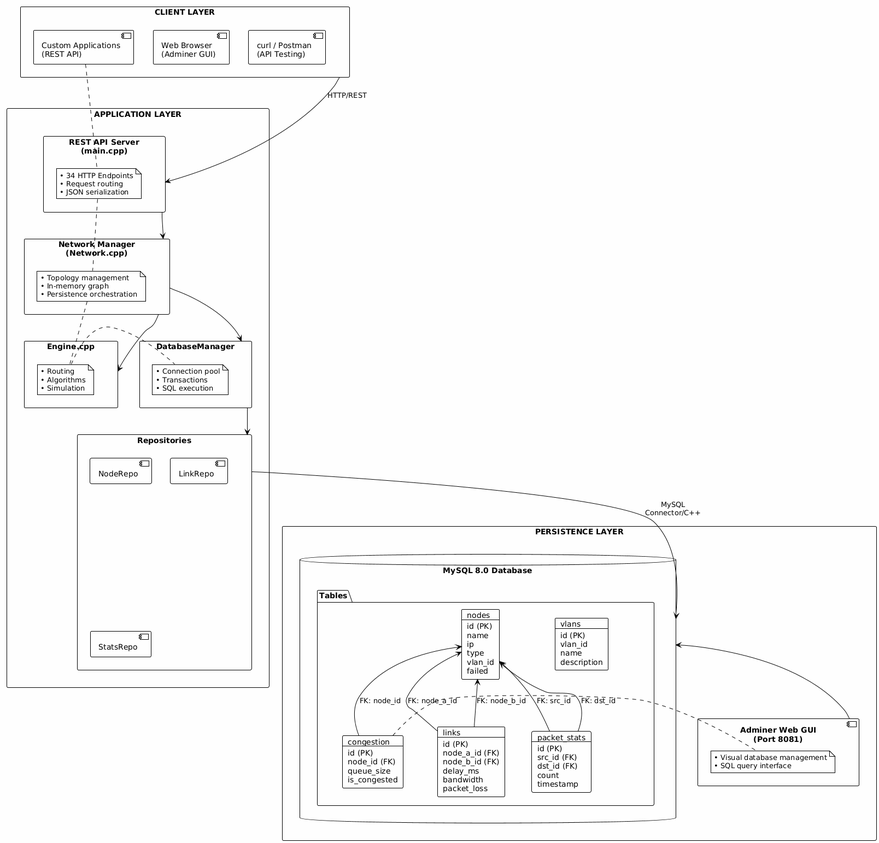
UmarlyPoeta/inzynieria_oprogramowania keeps this PlantUML diagram as docs/UML/system_overview.png. Above is the earlier version. Its source is kept beside it as docs/system_overview.puml.
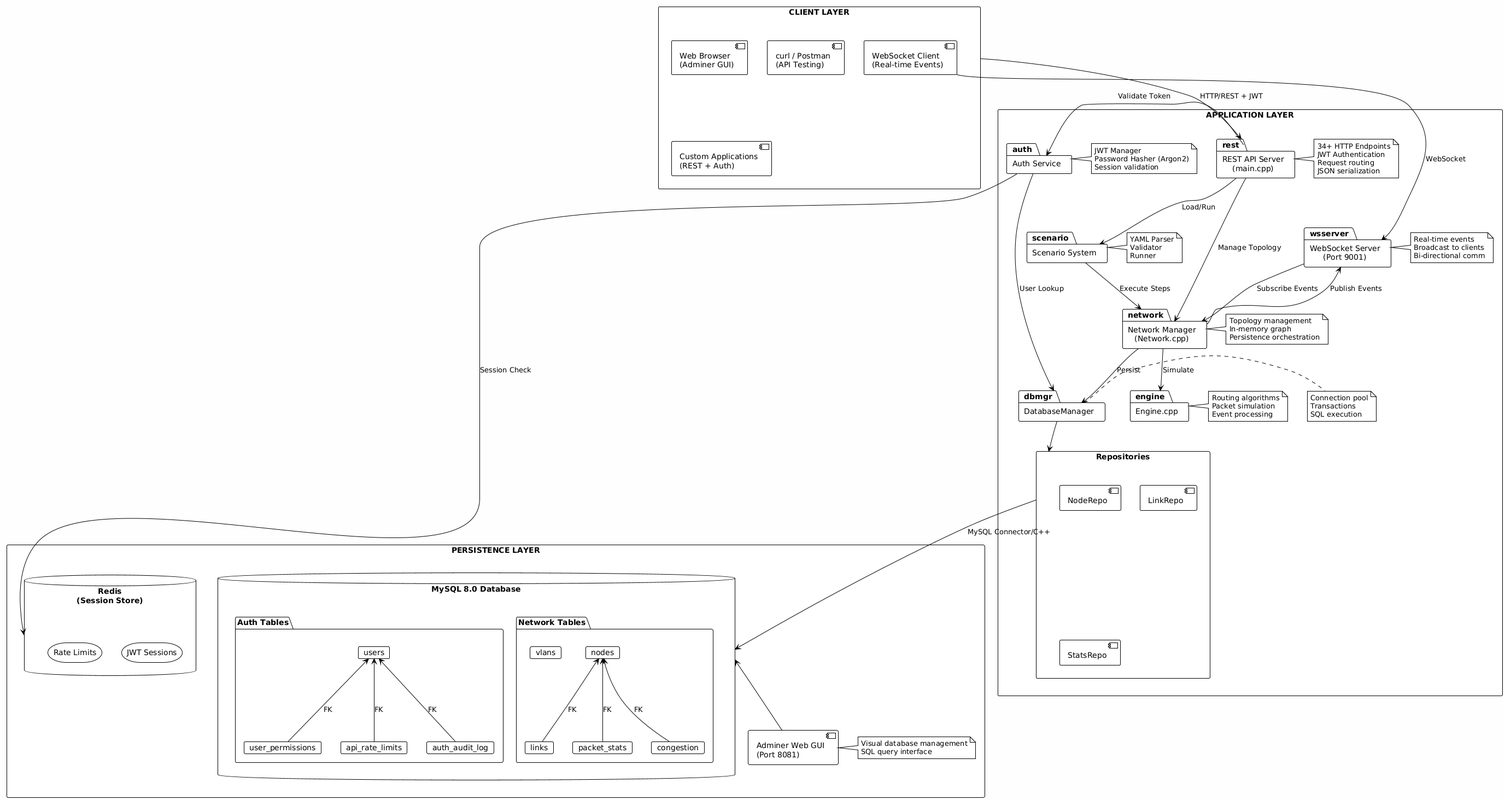
Later version of the same file.

The edit, as a diff of the source:
```diff
@@ -5,42 +5,61 @@
 
 package "CLIENT LAYER" as client {
   component "Web Browser\n(Adminer GUI)" as browser
+  component "WebSocket Client\n(Real-time Events)" as wsclient
   component "curl / Postman\n(API Testing)" as curl
-  component "Custom Applications\n(REST API)" as apps
+  component "Custom Applications\n(REST + Auth)" as apps
 }
 
 package "APPLICATION LAYER" as app {
-  package "REST API Server\n(main.cpp)" as rest {
-    note right
-      • 34 HTTP Endpoints
-      • Request routing
-      • JSON serialization
-    end note
-  }
+  package "REST API Server\n(main.cpp)" as rest
+  note right of rest
+    34+ HTTP Endpoints
+    JWT Authentication
+    Request routing
+    JSON serialization
+  end note
 
-  package "Network Manager\n(Network.cpp)" as network {
-    note right
-      • Topology management
-      • In-memory graph
-      • Persistence orchestration
-    end note
-  }
+  package "WebSocket Server\n(Port 9001)" as wsserver
+  note right of wsserver
+    Real-time events
+    Broadcast to clients
+    Bi-directional comm
+  end note
 
-  package "Engine.cpp" as engine {
-    note right
-      • Routing
-      • Algorithms
-      • Simulation
-    end note
-  }
+  package "Auth Service" as auth
+  note right of auth
+    JWT Manager
+    Password Hasher (Argon2)
+    Session validation
+  end note
 
-  package "DatabaseManager" as dbmgr {
-    note right
-      • Connection pool
-      • Transactions
-      • SQL execution
-    end note
-  }
+  package "Scenario System" as scenario
+  note right of scenario
+    YAML Parser
+    Validator
+    Runner
+  end note
+
+  package "Network Manager\n(Network.cpp)" as network
+  note right of network
+    Topology management
+    In-memory graph
+    Persistence orchestration
+  end note
+
+  package "Engine.cpp" as engine
+  note right of engine
+    Routing algorithms
+    Packet simulation
+    Event processing
+  end note
+
+  package "DatabaseManager" as dbmgr
+  note right of dbmgr
+    Connection pool
+    Transactions
+    SQL execution
+  end note
 
   package "Repositories" as repos {
     component "NodeRepo" as noderepo
@@ -51,35 +70,55 @@
 
 package "PERSISTENCE LAYER" as persist {
   database "MySQL 8.0 Database" as mysql {
-    folder "Tables" {
-      card "nodes\n----\nid (PK)\nname\nip\ntype\nvlan_id\nfailed" as nodes
-      card "links\n----\nid (PK)\nnode_a_id (FK)\nnode_b_id (FK)\ndelay_ms\nbandwidth\npacket_loss" as links
-      card "packet_stats\n----\nid (PK)\nsrc_id (FK)\ndst_id (FK)\ncount\ntimestamp" as stats
-      card "vlans\n----\nid (PK)\nvlan_id\nname\ndescription" as vlans
-      card "congestion\n----\nid (PK)\nnode_id (FK)\nqueue_size\nis_congested" as congestion
+    folder "Network Tables" {
+      card "nodes" as nodes
+      card "links" as links
+      card "packet_stats" as stats
+      card "vlans" as vlans
+      card "congestion" as congestion
+    }
+    folder "Auth Tables" {
+      card "users" as users
+      card "user_permissions" as perms
+      card "api_rate_limits" as limits
+      card "auth_audit_log" as audit
     }
   }
 
-  component "Adminer Web GUI\n(Port 8081)" as adminer {
-    note right
-      • Visual database management
-      • SQL query interface
-    end note
+  database "Redis\n(Session Store)" as redis {
+    storage "JWT Sessions" as sessions
+    storage "Rate Limits" as ratelimits
   }
+
+  component "Adminer Web GUI\n(Port 8081)" as adminer
+  note right of adminer
+    Visual database management
+    SQL query interface
+  end note
 }
 
-client -down-> rest : HTTP/REST
-rest -down-> network
-network -down-> engine
-network -down-> dbmgr
+client -down-> rest : HTTP/REST + JWT
+wsclient -down-> wsserver : WebSocket
+rest -right-> auth : Validate Token
+
+rest -down-> scenario : Load/Run
+rest -down-> network : Manage Topology
+scenario -down-> network : Execute Steps
+network -down-> engine : Simulate
+network -down-> dbmgr : Persist
+auth -down-> dbmgr : User Lookup
+auth -down-> redis : Session Check
 dbmgr -down-> repos
-repos -down-> mysql : MySQL\nConnector/C++
+repos -down-> mysql : MySQL Connector/C++
+wsserver -down-> network : Subscribe Events
+network -up-> wsserver : Publish Events
 adminer -up-> mysql
 
-links -up-> nodes : FK: node_a_id
-links -up-> nodes : FK: node_b_id
-stats -up-> nodes : FK: src_id
-stats -up-> nodes : FK: dst_id
-congestion -up-> nodes : FK: node_id
+links -up-> nodes : FK
+stats -up-> nodes : FK
+congestion -up-> nodes : FK
+perms -up-> users : FK
+limits -up-> users : FK
+audit -up-> users : FK
 
 @enduml
```
